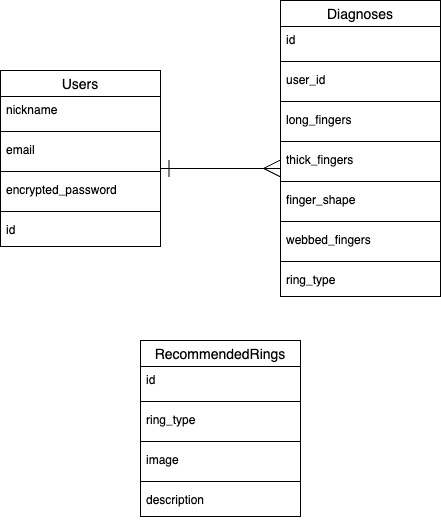
Before: er.drawio.png, a diagram exported from draw.io (shokoron/personalhand-app). Source tidied: cells renumbered, new cells last; positions are measured from the earlier drawing's top-left corner, leaving out a move shared by most shapes. The source it was exported from:
```xml
<mxGraphModel>
  <root>
    <mxCell id="0" />
    <mxCell id="1" parent="0" />
    <mxCell id="2" value="Users" style="swimlane;fontStyle=0;horizontal=1;startSize=26;align=center;fontSize=14;" parent="1" vertex="1">
      <mxGeometry y="70" width="160" height="176" as="geometry" />
    </mxCell>
    <mxCell id="3" value="nickname" style="text;strokeColor=none;fillColor=none;spacingLeft=4;spacingRight=4;overflow=hidden;fontSize=12;" parent="2" vertex="1">
      <mxGeometry y="26" width="160" height="30" as="geometry" />
    </mxCell>
    <mxCell id="4" style="line;strokeWidth=1;dashed=0;labelPosition=right;align=left;verticalAlign=middle;spacingTop=0;spacingLeft=6;" parent="2" vertex="1">
      <mxGeometry y="56" width="160" height="10" as="geometry" />
    </mxCell>
    <mxCell id="5" value="email" style="text;strokeColor=none;fillColor=none;spacingLeft=4;spacingRight=4;overflow=hidden;fontSize=12;" parent="2" vertex="1">
      <mxGeometry y="66" width="160" height="30" as="geometry" />
    </mxCell>
    <mxCell id="6" style="line;strokeWidth=1;dashed=0;labelPosition=right;align=left;verticalAlign=middle;spacingTop=0;spacingLeft=6;" parent="2" vertex="1">
      <mxGeometry y="96" width="160" height="10" as="geometry" />
    </mxCell>
    <mxCell id="7" value="encrypted_password" style="text;strokeColor=none;fillColor=none;spacingLeft=4;spacingRight=4;overflow=hidden;fontSize=12;" parent="2" vertex="1">
      <mxGeometry y="106" width="160" height="30" as="geometry" />
    </mxCell>
    <mxCell id="8" style="line;strokeWidth=1;dashed=0;labelPosition=right;align=left;verticalAlign=middle;spacingTop=0;spacingLeft=6;" parent="2" vertex="1">
      <mxGeometry y="136" width="160" height="10" as="geometry" />
    </mxCell>
    <mxCell id="9" value="id" style="text;strokeColor=none;fillColor=none;spacingLeft=4;spacingRight=4;overflow=hidden;fontSize=12;" parent="2" vertex="1">
      <mxGeometry y="146" width="160" height="30" as="geometry" />
    </mxCell>
    <mxCell id="10" value="Diagnoses" style="swimlane;fontStyle=0;horizontal=1;startSize=26;align=center;fontSize=14;" parent="1" vertex="1">
      <mxGeometry x="280" width="160" height="296" as="geometry" />
    </mxCell>
    <mxCell id="11" value="id&#10;" style="text;strokeColor=none;fillColor=none;spacingLeft=4;spacingRight=4;overflow=hidden;fontSize=12;" parent="10" vertex="1">
      <mxGeometry y="26" width="160" height="30" as="geometry" />
    </mxCell>
    <mxCell id="12" style="line;strokeWidth=1;dashed=0;labelPosition=right;align=left;verticalAlign=middle;spacingTop=0;spacingLeft=6;" parent="10" vertex="1">
      <mxGeometry y="56" width="160" height="10" as="geometry" />
    </mxCell>
    <mxCell id="13" value="user_id" style="text;strokeColor=none;fillColor=none;spacingLeft=4;spacingRight=4;overflow=hidden;fontSize=12;" parent="10" vertex="1">
      <mxGeometry y="66" width="160" height="30" as="geometry" />
    </mxCell>
    <mxCell id="14" style="line;strokeWidth=1;dashed=0;labelPosition=right;align=left;verticalAlign=middle;spacingTop=0;spacingLeft=6;" parent="10" vertex="1">
      <mxGeometry y="96" width="160" height="10" as="geometry" />
    </mxCell>
    <mxCell id="15" value="long_fingers" style="text;strokeColor=none;fillColor=none;spacingLeft=4;spacingRight=4;overflow=hidden;fontSize=12;" parent="10" vertex="1">
      <mxGeometry y="106" width="160" height="30" as="geometry" />
    </mxCell>
    <mxCell id="16" style="line;strokeWidth=1;dashed=0;labelPosition=right;align=left;verticalAlign=middle;spacingTop=0;spacingLeft=6;" parent="10" vertex="1">
      <mxGeometry y="136" width="160" height="10" as="geometry" />
    </mxCell>
    <mxCell id="17" value="thick_fingers" style="text;strokeColor=none;fillColor=none;spacingLeft=4;spacingRight=4;overflow=hidden;points=[[0,0.5],[1,0.5]];portConstraint=eastwest;fontSize=12;" parent="10" vertex="1">
      <mxGeometry y="146" width="160" height="30" as="geometry" />
    </mxCell>
    <mxCell id="18" style="line;strokeWidth=1;dashed=0;labelPosition=right;align=left;verticalAlign=middle;spacingTop=0;spacingLeft=6;" parent="10" vertex="1">
      <mxGeometry y="176" width="160" height="10" as="geometry" />
    </mxCell>
    <mxCell id="19" value="finger_shape" style="text;strokeColor=none;fillColor=none;spacingLeft=4;spacingRight=4;overflow=hidden;fontSize=12;" parent="10" vertex="1">
      <mxGeometry y="186" width="160" height="30" as="geometry" />
    </mxCell>
    <mxCell id="20" style="line;strokeWidth=1;dashed=0;labelPosition=right;align=left;verticalAlign=middle;spacingTop=0;spacingLeft=6;" parent="10" vertex="1">
      <mxGeometry y="216" width="160" height="10" as="geometry" />
    </mxCell>
    <mxCell id="21" value="webbed_fingers" style="text;strokeColor=none;fillColor=none;spacingLeft=4;spacingRight=4;overflow=hidden;fontSize=12;" parent="10" vertex="1">
      <mxGeometry y="226" width="160" height="30" as="geometry" />
    </mxCell>
    <mxCell id="22" style="line;strokeWidth=1;dashed=0;labelPosition=right;align=left;verticalAlign=middle;spacingTop=0;spacingLeft=6;" parent="10" vertex="1">
      <mxGeometry y="256" width="160" height="10" as="geometry" />
    </mxCell>
    <mxCell id="23" value="ring_type" style="text;strokeColor=none;fillColor=none;spacingLeft=4;spacingRight=4;overflow=hidden;fontSize=12;" parent="10" vertex="1">
      <mxGeometry y="266" width="160" height="30" as="geometry" />
    </mxCell>
    <mxCell id="24" value="RecommendedRings" style="swimlane;fontStyle=0;horizontal=1;startSize=26;align=center;fontSize=14;" parent="1" vertex="1">
      <mxGeometry x="140" y="340" width="160" height="176" as="geometry" />
    </mxCell>
    <mxCell id="25" value="id" style="text;strokeColor=none;fillColor=none;spacingLeft=4;spacingRight=4;overflow=hidden;fontSize=12;" parent="24" vertex="1">
      <mxGeometry y="26" width="160" height="30" as="geometry" />
    </mxCell>
    <mxCell id="26" style="line;strokeWidth=1;dashed=0;labelPosition=right;align=left;verticalAlign=middle;spacingTop=0;spacingLeft=6;" parent="24" vertex="1">
      <mxGeometry y="56" width="160" height="10" as="geometry" />
    </mxCell>
    <mxCell id="27" value="ring_type" style="text;strokeColor=none;fillColor=none;spacingLeft=4;spacingRight=4;overflow=hidden;fontSize=12;" parent="24" vertex="1">
      <mxGeometry y="66" width="160" height="30" as="geometry" />
    </mxCell>
    <mxCell id="28" style="line;strokeWidth=1;dashed=0;labelPosition=right;align=left;verticalAlign=middle;spacingTop=0;spacingLeft=6;" parent="24" vertex="1">
      <mxGeometry y="96" width="160" height="10" as="geometry" />
    </mxCell>
    <mxCell id="29" value="image" style="text;strokeColor=none;fillColor=none;spacingLeft=4;spacingRight=4;overflow=hidden;fontSize=12;" parent="24" vertex="1">
      <mxGeometry y="106" width="160" height="30" as="geometry" />
    </mxCell>
    <mxCell id="30" style="line;strokeWidth=1;dashed=0;labelPosition=right;align=left;verticalAlign=middle;spacingTop=0;spacingLeft=6;" parent="24" vertex="1">
      <mxGeometry y="136" width="160" height="10" as="geometry" />
    </mxCell>
    <mxCell id="31" value="description" style="text;strokeColor=none;fillColor=none;spacingLeft=4;spacingRight=4;overflow=hidden;fontSize=12;" parent="24" vertex="1">
      <mxGeometry y="146" width="160" height="30" as="geometry" />
    </mxCell>
    <mxCell id="32" style="edgeStyle=none;html=1;startArrow=ERone;startFill=0;endArrow=ERmany;endFill=0;endSize=15;startSize=15;strokeColor=default;entryX=0;entryY=0.733;entryDx=0;entryDy=0;entryPerimeter=0;" parent="1" edge="1" target="17">
      <mxGeometry relative="1" as="geometry">
        <mxPoint x="160" y="168" as="sourcePoint" />
      </mxGeometry>
    </mxCell>
  </root>
</mxGraphModel>
```
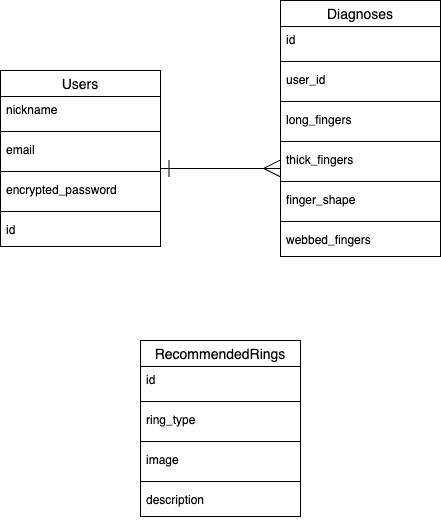
Later version of the same file.

Change to the diagram source:
```diff
@@ -27,7 +27,7 @@
       <mxGeometry y="146" width="160" height="30" as="geometry" />
     </mxCell>
     <mxCell id="10" value="Diagnoses" style="swimlane;fontStyle=0;horizontal=1;startSize=26;align=center;fontSize=14;" parent="1" vertex="1">
-      <mxGeometry x="280" width="160" height="296" as="geometry" />
+      <mxGeometry x="280" width="160" height="256" as="geometry" />
     </mxCell>
     <mxCell id="11" value="id&#10;" style="text;strokeColor=none;fillColor=none;spacingLeft=4;spacingRight=4;overflow=hidden;fontSize=12;" parent="10" vertex="1">
       <mxGeometry y="26" width="160" height="30" as="geometry" />
@@ -62,12 +62,6 @@
     <mxCell id="21" value="webbed_fingers" style="text;strokeColor=none;fillColor=none;spacingLeft=4;spacingRight=4;overflow=hidden;fontSize=12;" parent="10" vertex="1">
       <mxGeometry y="226" width="160" height="30" as="geometry" />
     </mxCell>
-    <mxCell id="22" style="line;strokeWidth=1;dashed=0;labelPosition=right;align=left;verticalAlign=middle;spacingTop=0;spacingLeft=6;" parent="10" vertex="1">
-      <mxGeometry y="256" width="160" height="10" as="geometry" />
-    </mxCell>
-    <mxCell id="23" value="ring_type" style="text;strokeColor=none;fillColor=none;spacingLeft=4;spacingRight=4;overflow=hidden;fontSize=12;" parent="10" vertex="1">
-      <mxGeometry y="266" width="160" height="30" as="geometry" />
-    </mxCell>
     <mxCell id="24" value="RecommendedRings" style="swimlane;fontStyle=0;horizontal=1;startSize=26;align=center;fontSize=14;" parent="1" vertex="1">
       <mxGeometry x="140" y="340" width="160" height="176" as="geometry" />
     </mxCell>
```
